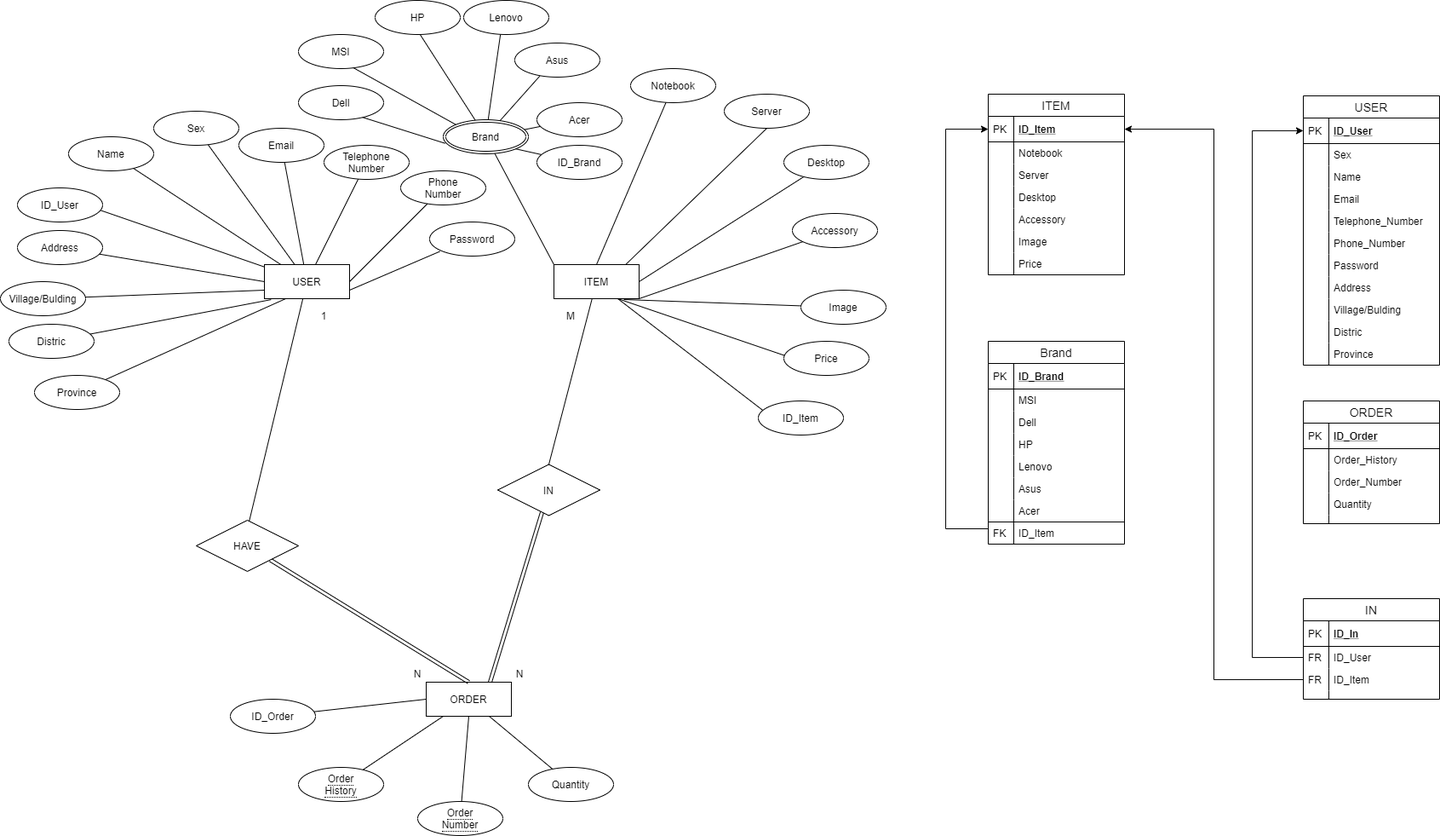
This is allsolutionProjectEdit.png from Anatsrisaputh/database, a draw.io export, as it was before one commit. Source tidied: cells renumbered, new cells last; positions are measured from the earlier drawing's top-left corner, leaving out a move shared by most shapes.
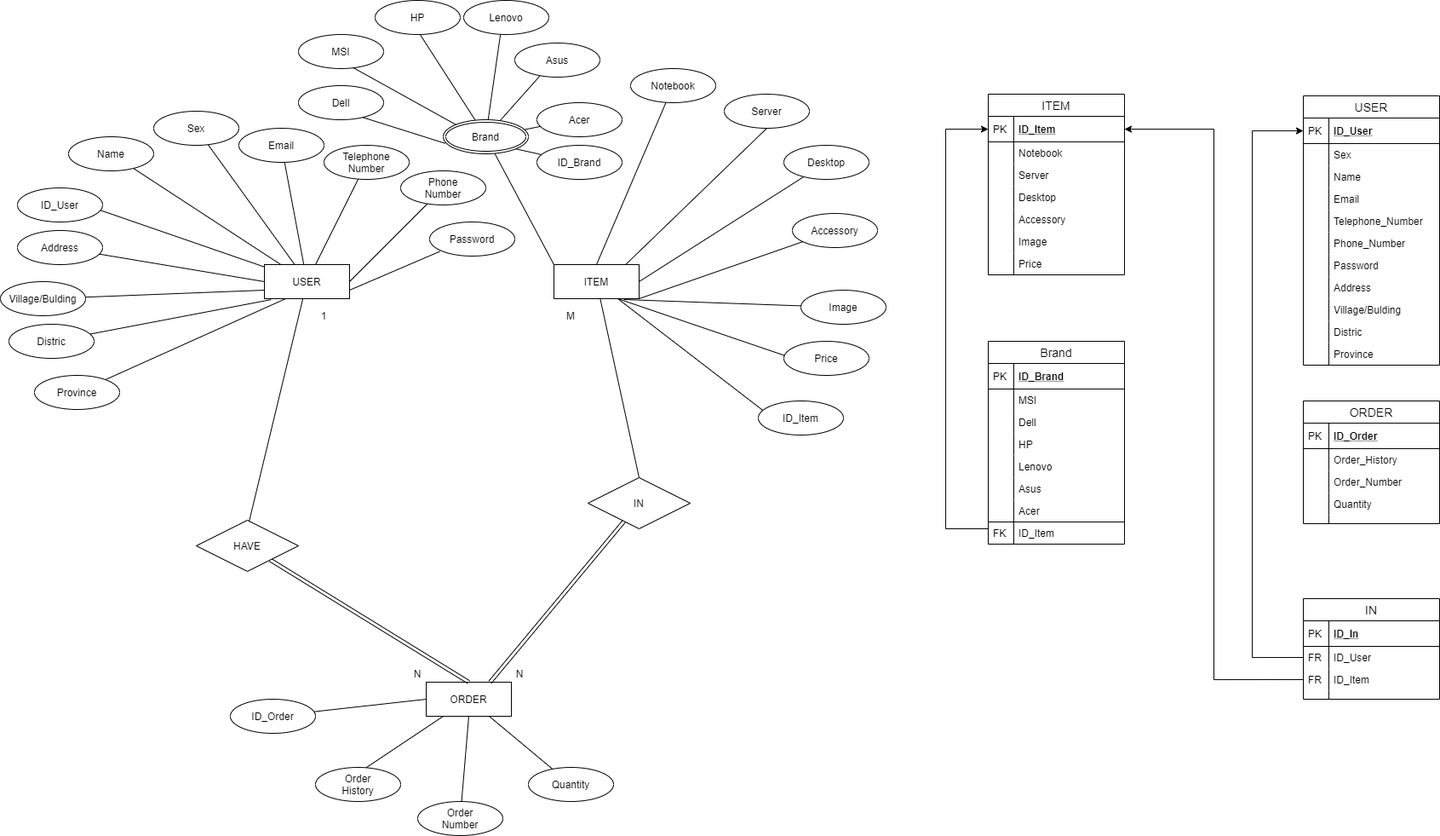
After the change.

What changed in the source:
```diff
@@ -127,12 +127,11 @@
         <mxPoint x="896.9" y="482.3" as="sourcePoint" />
       </mxGeometry>
     </mxCell>
-    <mxCell id="35" style="edgeStyle=none;rounded=0;jettySize=auto;html=1;endArrow=none;endFill=0;" parent="1" edge="1" source="36" target="43">
-      <mxGeometry relative="1" as="geometry" />
+    <mxCell id="35" style="edgeStyle=none;rounded=0;jettySize=auto;html=1;endArrow=none;endFill=0;" parent="1" edge="1" target="43">
+      <mxGeometry relative="1" as="geometry">
+        <mxPoint x="425.7" y="902.9" as="sourcePoint" />
+      </mxGeometry>
     </mxCell>
-    <mxCell id="36" value="&lt;span style=&quot;border-bottom: 1px dotted&quot;&gt;Order&lt;br&gt;History&lt;br&gt;&lt;/span&gt;" style="ellipse;whiteSpace=wrap;html=1;align=center;" parent="1" vertex="1">
-      <mxGeometry x="350" y="900" width="100" height="40" as="geometry" />
-    </mxCell>
     <mxCell id="37" style="edgeStyle=none;rounded=0;jettySize=auto;html=1;endArrow=none;endFill=0;entryX=1;entryY=0.75;entryDx=0;entryDy=0;" parent="1" edge="1" target="3">
       <mxGeometry relative="1" as="geometry">
         <mxPoint x="515.9" y="294.6" as="sourcePoint" />
@@ -169,12 +168,11 @@
     <mxCell id="46" value="HAVE" style="shape=rhombus;perimeter=rhombusPerimeter;whiteSpace=wrap;html=1;align=center;" parent="1" vertex="1">
       <mxGeometry x="230" y="610" width="120" height="60" as="geometry" />
     </mxCell>
-    <mxCell id="47" style="edgeStyle=none;rounded=0;jettySize=auto;html=1;entryX=0.5;entryY=1;entryDx=0;entryDy=0;endArrow=none;endFill=0;" parent="1" edge="1" source="48" target="43">
-      <mxGeometry relative="1" as="geometry" />
+    <mxCell id="47" style="edgeStyle=none;rounded=0;jettySize=auto;html=1;entryX=0.5;entryY=1;entryDx=0;entryDy=0;endArrow=none;endFill=0;" parent="1" edge="1" target="43">
+      <mxGeometry relative="1" as="geometry">
+        <mxPoint x="541.6" y="940" as="sourcePoint" />
+      </mxGeometry>
     </mxCell>
-    <mxCell id="48" value="&lt;span style=&quot;border-bottom: 1px dotted&quot;&gt;Order&lt;br&gt;Number&lt;br&gt;&lt;/span&gt;" style="ellipse;whiteSpace=wrap;html=1;align=center;" parent="1" vertex="1">
-      <mxGeometry x="490" y="940" width="100" height="40" as="geometry" />
-    </mxCell>
     <mxCell id="49" style="edgeStyle=none;rounded=0;jettySize=auto;html=1;entryX=0;entryY=0.5;entryDx=0;entryDy=0;endArrow=none;endFill=0;" parent="1" edge="1" source="50" target="43">
       <mxGeometry relative="1" as="geometry" />
     </mxCell>
@@ -185,7 +183,7 @@
       <mxGeometry relative="1" as="geometry" />
     </mxCell>
     <mxCell id="52" value="IN" style="shape=rhombus;perimeter=rhombusPerimeter;whiteSpace=wrap;html=1;align=center;" parent="1" vertex="1">
-      <mxGeometry x="584" y="544.5" width="120" height="60" as="geometry" />
+      <mxGeometry x="690" y="560" width="120" height="60" as="geometry" />
     </mxCell>
     <mxCell id="53" value="1" style="text;html=1;strokeColor=none;fillColor=none;align=center;verticalAlign=middle;whiteSpace=wrap;rounded=0;" parent="1" vertex="1">
       <mxGeometry x="360" y="360" width="40" height="20" as="geometry" />
@@ -500,5 +498,11 @@
     <mxCell id="152" style="edgeStyle=orthogonalEdgeStyle;rounded=0;jettySize=auto;html=1;entryX=0;entryY=0.5;entryDx=0;entryDy=0;startArrow=classic;startFill=1;endArrow=none;endFill=0;" parent="1" edge="1" source="77" target="147">
       <mxGeometry relative="1" as="geometry" />
     </mxCell>
+    <mxCell id="48" value="Order&lt;br&gt;Number" style="ellipse;whiteSpace=wrap;html=1;align=center;" parent="1" vertex="1">
+      <mxGeometry x="490" y="940" width="100" height="40" as="geometry" />
+    </mxCell>
+    <mxCell id="36" value="Order&lt;br&gt;History" style="ellipse;whiteSpace=wrap;html=1;align=center;" parent="1" vertex="1">
+      <mxGeometry x="370" y="900" width="100" height="40" as="geometry" />
+    </mxCell>
   </root>
 </mxGraphModel>
```
